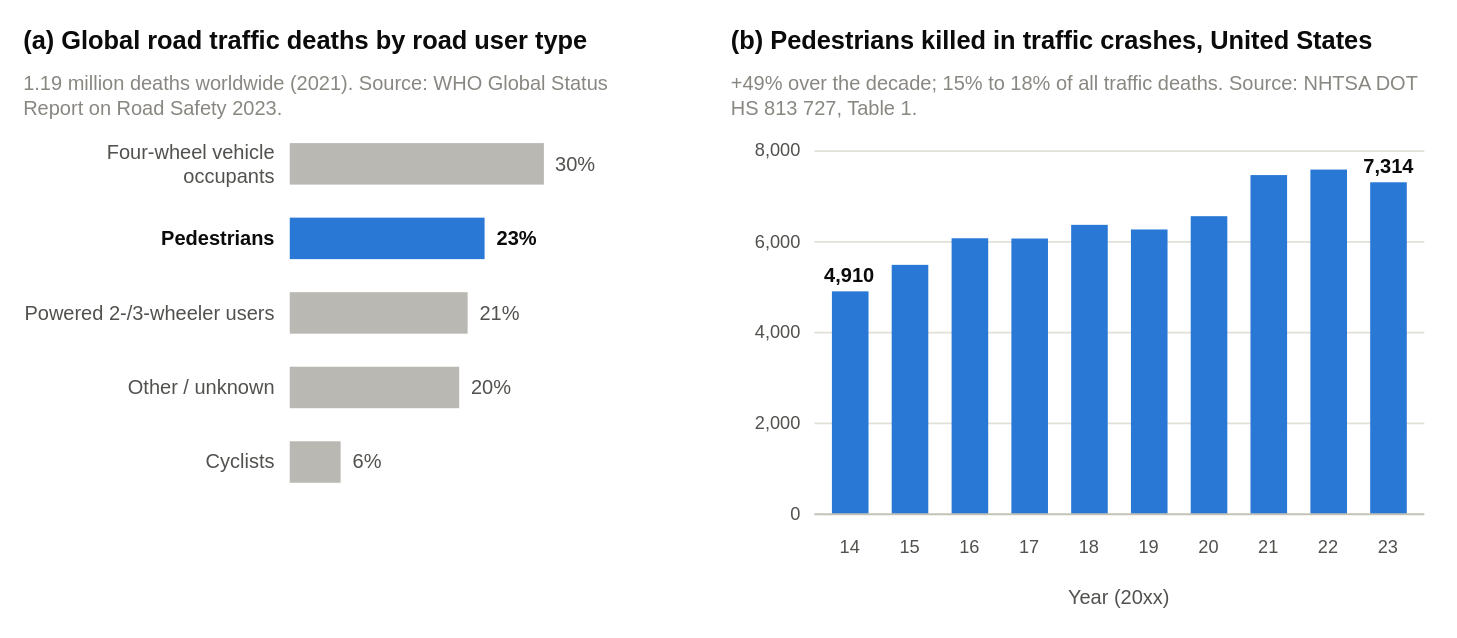
Earlier version of the draw.io diagram paper_and_artifacts/Journal_writing/drawio/fig1_pedestrian_statistics.drawio (arifshekhk8/pedestrian-crossing-intention-pie). Source tidied: cells renumbered, new cells numbered last; positions are measured from the earlier drawing's top-left corner, leaving out a move shared by most shapes. Both pictures are drawn from the tidied source at 122%, with x=0, y=0 at pixel (21, 21).
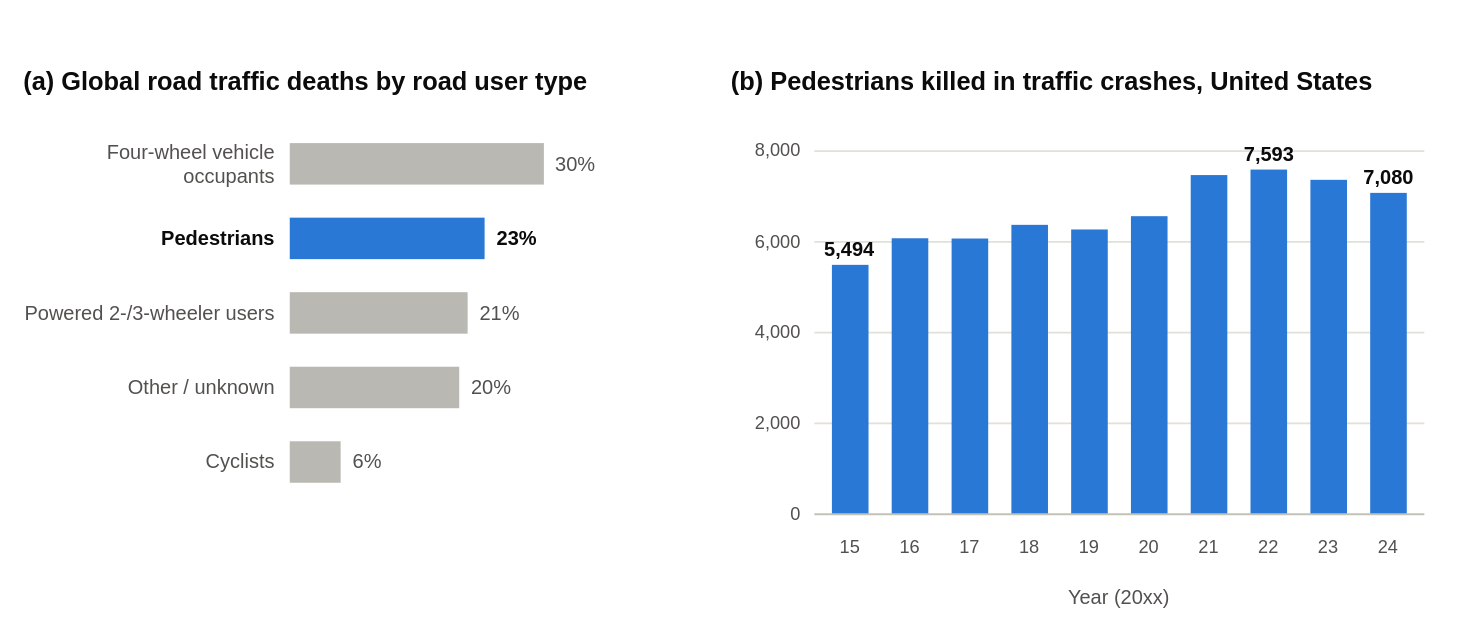
After the change.

Commit message (it also covers changes not shown here):
Regenerate the draw.io figures for statistics, protocol, leakage, curves and forest plot

The edit, as a diff of the source:
```diff
@@
     <mxCell id="2" value="(a)  Global road traffic deaths by road user type" style="text;html=1;whiteSpace=wrap;fillColor=none;strokeColor=none;fontSize=20.8;fontColor=#0b0b0b;fontStyle=1;align=left;verticalAlign=middle;" parent="1" vertex="1">
-      <mxGeometry width="520" height="32.7" as="geometry" />
+      <mxGeometry y="34" width="520" height="32.7" as="geometry" />
     </mxCell>
-    <mxCell id="3" value="1.19 million deaths worldwide (2021). Source: WHO Global Status Report on Road Safety 2023." style="text;html=1;whiteSpace=wrap;fillColor=none;strokeColor=none;fontSize=16.4;fontColor=#898781;fontStyle=0;align=left;verticalAlign=middle;" parent="1" vertex="1">
-      <mxGeometry y="35.7" width="520" height="50.5" as="geometry" />
-    </mxCell>
@@
     <mxCell id="19" value="(b)  Pedestrians killed in traffic crashes, United States" style="text;html=1;whiteSpace=wrap;fillColor=none;strokeColor=none;fontSize=20.8;fontColor=#0b0b0b;fontStyle=1;align=left;verticalAlign=middle;" parent="1" vertex="1">
-      <mxGeometry x="580" width="580" height="32.7" as="geometry" />
+      <mxGeometry x="580" y="34" width="580" height="32.7" as="geometry" />
     </mxCell>
-    <mxCell id="20" value="+49% over the decade; 15% to 18% of all traffic deaths. Source: NHTSA DOT HS 813 727, Table 1." style="text;html=1;whiteSpace=wrap;fillColor=none;strokeColor=none;fontSize=16.4;fontColor=#898781;fontStyle=0;align=left;verticalAlign=middle;" parent="1" vertex="1">
-      <mxGeometry x="580" y="35.7" width="580" height="50.5" as="geometry" />
-    </mxCell>
@@
     <mxCell id="30" style="rounded=0;whiteSpace=wrap;html=1;fillColor=#2a78d6;strokeColor=none;strokeWidth=1.49;dashed=0;fontSize=16.4;fontColor=#0b0b0b;fontStyle=0;align=center;verticalAlign=middle;shadow=0;" parent="1" vertex="1">
-      <mxGeometry x="664.4" y="221.3" width="30" height="182.7" as="geometry" />
+      <mxGeometry x="664.4" y="199.6" width="30" height="204.4" as="geometry" />
     </mxCell>
     <mxCell id="31" style="rounded=0;whiteSpace=wrap;html=1;fillColor=#2a78d6;strokeColor=none;strokeWidth=1.49;dashed=0;fontSize=16.4;fontColor=#0b0b0b;fontStyle=0;align=center;verticalAlign=middle;shadow=0;" parent="1" vertex="1">
-      <mxGeometry x="713.4" y="199.6" width="30" height="204.4" as="geometry" />
+      <mxGeometry x="713.4" y="177.8" width="30" height="226.2" as="geometry" />
     </mxCell>
     <mxCell id="32" style="rounded=0;whiteSpace=wrap;html=1;fillColor=#2a78d6;strokeColor=none;strokeWidth=1.49;dashed=0;fontSize=16.4;fontColor=#0b0b0b;fontStyle=0;align=center;verticalAlign=middle;shadow=0;" parent="1" vertex="1">
-      <mxGeometry x="762.5" y="177.8" width="30" height="226.2" as="geometry" />
+      <mxGeometry x="762.5" y="178" width="30" height="226" as="geometry" />
     </mxCell>
     <mxCell id="33" style="rounded=0;whiteSpace=wrap;html=1;fillColor=#2a78d6;strokeColor=none;strokeWidth=1.49;dashed=0;fontSize=16.4;fontColor=#0b0b0b;fontStyle=0;align=center;verticalAlign=middle;shadow=0;" parent="1" vertex="1">
-      <mxGeometry x="811.5" y="178" width="30" height="226" as="geometry" />
+      <mxGeometry x="811.5" y="166.8" width="30" height="237.2" as="geometry" />
     </mxCell>
     <mxCell id="34" style="rounded=0;whiteSpace=wrap;html=1;fillColor=#2a78d6;strokeColor=none;strokeWidth=1.49;dashed=0;fontSize=16.4;fontColor=#0b0b0b;fontStyle=0;align=center;verticalAlign=middle;shadow=0;" parent="1" vertex="1">
-      <mxGeometry x="860.5" y="166.8" width="30" height="237.2" as="geometry" />
+      <mxGeometry x="860.5" y="170.6" width="30" height="233.4" as="geometry" />
     </mxCell>
     <mxCell id="35" style="rounded=0;whiteSpace=wrap;html=1;fillColor=#2a78d6;strokeColor=none;strokeWidth=1.49;dashed=0;fontSize=16.4;fontColor=#0b0b0b;fontStyle=0;align=center;verticalAlign=middle;shadow=0;" parent="1" vertex="1">
-      <mxGeometry x="909.5" y="170.6" width="30" height="233.4" as="geometry" />
+      <mxGeometry x="909.5" y="159.7" width="30" height="244.3" as="geometry" />
     </mxCell>
     <mxCell id="36" style="rounded=0;whiteSpace=wrap;html=1;fillColor=#2a78d6;strokeColor=none;strokeWidth=1.49;dashed=0;fontSize=16.4;fontColor=#0b0b0b;fontStyle=0;align=center;verticalAlign=middle;shadow=0;" parent="1" vertex="1">
-      <mxGeometry x="958.5" y="159.7" width="30" height="244.3" as="geometry" />
+      <mxGeometry x="958.5" y="126" width="30" height="278" as="geometry" />
     </mxCell>
     <mxCell id="37" style="rounded=0;whiteSpace=wrap;html=1;fillColor=#2a78d6;strokeColor=none;strokeWidth=1.49;dashed=0;fontSize=16.4;fontColor=#0b0b0b;fontStyle=0;align=center;verticalAlign=middle;shadow=0;" parent="1" vertex="1">
-      <mxGeometry x="1007.5" y="126" width="30" height="278" as="geometry" />
+      <mxGeometry x="1007.5" y="121.5" width="30" height="282.5" as="geometry" />
     </mxCell>
     <mxCell id="38" style="rounded=0;whiteSpace=wrap;html=1;fillColor=#2a78d6;strokeColor=none;strokeWidth=1.49;dashed=0;fontSize=16.4;fontColor=#0b0b0b;fontStyle=0;align=center;verticalAlign=middle;shadow=0;" parent="1" vertex="1">
-      <mxGeometry x="1056.6" y="121.5" width="30" height="282.5" as="geometry" />
+      <mxGeometry x="1056.6" y="129.9" width="30" height="274.1" as="geometry" />
     </mxCell>
     <mxCell id="39" style="rounded=0;whiteSpace=wrap;html=1;fillColor=#2a78d6;strokeColor=none;strokeWidth=1.49;dashed=0;fontSize=16.4;fontColor=#0b0b0b;fontStyle=0;align=center;verticalAlign=middle;shadow=0;" parent="1" vertex="1">
-      <mxGeometry x="1105.6" y="131.9" width="30" height="272.1" as="geometry" />
+      <mxGeometry x="1105.6" y="140.6" width="30" height="263.4" as="geometry" />
     </mxCell>
-    <mxCell id="40" value="14" style="text;html=1;whiteSpace=wrap;fillColor=none;strokeColor=none;fontSize=14.9;fontColor=#52514e;fontStyle=0;align=center;verticalAlign=middle;" parent="1" vertex="1">
+    <mxCell id="40" value="15" style="text;html=1;whiteSpace=wrap;fillColor=none;strokeColor=none;fontSize=14.9;fontColor=#52514e;fontStyle=0;align=center;verticalAlign=middle;" parent="1" vertex="1">
       <mxGeometry x="654.1" y="412.9" width="50.5" height="35.7" as="geometry" />
     </mxCell>
-    <mxCell id="41" value="15" style="text;html=1;whiteSpace=wrap;fillColor=none;strokeColor=none;fontSize=14.9;fontColor=#52514e;fontStyle=0;align=center;verticalAlign=middle;" parent="1" vertex="1">
+    <mxCell id="41" value="16" style="text;html=1;whiteSpace=wrap;fillColor=none;strokeColor=none;fontSize=14.9;fontColor=#52514e;fontStyle=0;align=center;verticalAlign=middle;" parent="1" vertex="1">
       <mxGeometry x="703.2" y="412.9" width="50.5" height="35.7" as="geometry" />
     </mxCell>
-    <mxCell id="42" value="16" style="text;html=1;whiteSpace=wrap;fillColor=none;strokeColor=none;fontSize=14.9;fontColor=#52514e;fontStyle=0;align=center;verticalAlign=middle;" parent="1" vertex="1">
+    <mxCell id="42" value="17" style="text;html=1;whiteSpace=wrap;fillColor=none;strokeColor=none;fontSize=14.9;fontColor=#52514e;fontStyle=0;align=center;verticalAlign=middle;" parent="1" vertex="1">
       <mxGeometry x="752.2" y="412.9" width="50.5" height="35.7" as="geometry" />
     </mxCell>
-    <mxCell id="43" value="17" style="text;html=1;whiteSpace=wrap;fillColor=none;strokeColor=none;fontSize=14.9;fontColor=#52514e;fontStyle=0;align=center;verticalAlign=middle;" parent="1" vertex="1">
+    <mxCell id="43" value="18" style="text;html=1;whiteSpace=wrap;fillColor=none;strokeColor=none;fontSize=14.9;fontColor=#52514e;fontStyle=0;align=center;verticalAlign=middle;" parent="1" vertex="1">
       <mxGeometry x="801.2" y="412.9" width="50.5" height="35.7" as="geometry" />
     </mxCell>
-    <mxCell id="44" value="18" style="text;html=1;whiteSpace=wrap;fillColor=none;strokeColor=none;fontSize=14.9;fontColor=#52514e;fontStyle=0;align=center;verticalAlign=middle;" parent="1" vertex="1">
+    <mxCell id="44" value="19" style="text;html=1;whiteSpace=wrap;fillColor=none;strokeColor=none;fontSize=14.9;fontColor=#52514e;fontStyle=0;align=center;verticalAlign=middle;" parent="1" vertex="1">
       <mxGeometry x="850.2" y="412.9" width="50.5" height="35.7" as="geometry" />
     </mxCell>
-    <mxCell id="45" value="19" style="text;html=1;whiteSpace=wrap;fillColor=none;strokeColor=none;fontSize=14.9;fontColor=#52514e;fontStyle=0;align=center;verticalAlign=middle;" parent="1" vertex="1">
+    <mxCell id="45" value="20" style="text;html=1;whiteSpace=wrap;fillColor=none;strokeColor=none;fontSize=14.9;fontColor=#52514e;fontStyle=0;align=center;verticalAlign=middle;" parent="1" vertex="1">
       <mxGeometry x="899.2" y="412.9" width="50.5" height="35.7" as="geometry" />
     </mxCell>
-    <mxCell id="46" value="20" style="text;html=1;whiteSpace=wrap;fillColor=none;strokeColor=none;fontSize=14.9;fontColor=#52514e;fontStyle=0;align=center;verticalAlign=middle;" parent="1" vertex="1">
+    <mxCell id="46" value="21" style="text;html=1;whiteSpace=wrap;fillColor=none;strokeColor=none;fontSize=14.9;fontColor=#52514e;fontStyle=0;align=center;verticalAlign=middle;" parent="1" vertex="1">
       <mxGeometry x="948.3" y="412.9" width="50.5" height="35.7" as="geometry" />
     </mxCell>
-    <mxCell id="47" value="21" style="text;html=1;whiteSpace=wrap;fillColor=none;strokeColor=none;fontSize=14.9;fontColor=#52514e;fontStyle=0;align=center;verticalAlign=middle;" parent="1" vertex="1">
+    <mxCell id="47" value="22" style="text;html=1;whiteSpace=wrap;fillColor=none;strokeColor=none;fontSize=14.9;fontColor=#52514e;fontStyle=0;align=center;verticalAlign=middle;" parent="1" vertex="1">
       <mxGeometry x="997.3" y="412.9" width="50.5" height="35.7" as="geometry" />
     </mxCell>
-    <mxCell id="48" value="22" style="text;html=1;whiteSpace=wrap;fillColor=none;strokeColor=none;fontSize=14.9;fontColor=#52514e;fontStyle=0;align=center;verticalAlign=middle;" parent="1" vertex="1">
+    <mxCell id="48" value="23" style="text;html=1;whiteSpace=wrap;fillColor=none;strokeColor=none;fontSize=14.9;fontColor=#52514e;fontStyle=0;align=center;verticalAlign=middle;" parent="1" vertex="1">
       <mxGeometry x="1046.3" y="412.9" width="50.5" height="35.7" as="geometry" />
     </mxCell>
-    <mxCell id="49" value="23" style="text;html=1;whiteSpace=wrap;fillColor=none;strokeColor=none;fontSize=14.9;fontColor=#52514e;fontStyle=0;align=center;verticalAlign=middle;" parent="1" vertex="1">
+    <mxCell id="49" value="24" style="text;html=1;whiteSpace=wrap;fillColor=none;strokeColor=none;fontSize=14.9;fontColor=#52514e;fontStyle=0;align=center;verticalAlign=middle;" parent="1" vertex="1">
       <mxGeometry x="1095.3" y="412.9" width="50.5" height="35.7" as="geometry" />
     </mxCell>
@@
-    <mxCell id="51" value="4,910" style="text;html=1;whiteSpace=wrap;fillColor=none;strokeColor=none;fontSize=16.4;fontColor=#0b0b0b;fontStyle=1;align=center;verticalAlign=middle;" parent="1" vertex="1">
-      <mxGeometry x="649.4" y="199.3" width="60" height="18" as="geometry" />
+    <mxCell id="51" value="5,494" style="text;html=1;whiteSpace=wrap;fillColor=none;strokeColor=none;fontSize=16.4;fontColor=#0b0b0b;fontStyle=1;align=center;verticalAlign=middle;" parent="1" vertex="1">
+      <mxGeometry x="649.4" y="177.6" width="60" height="18" as="geometry" />
     </mxCell>
-    <mxCell id="52" value="7,314" style="text;html=1;whiteSpace=wrap;fillColor=none;strokeColor=none;fontSize=16.4;fontColor=#0b0b0b;fontStyle=1;align=center;verticalAlign=middle;" parent="1" vertex="1">
-      <mxGeometry x="1090.6" y="109.9" width="60" height="18" as="geometry" />
+    <mxCell id="52" value="7,593" style="text;html=1;whiteSpace=wrap;fillColor=none;strokeColor=none;fontSize=16.4;fontColor=#0b0b0b;fontStyle=1;align=center;verticalAlign=middle;" parent="1" vertex="1">
+      <mxGeometry x="992.5" y="99.5" width="60" height="18" as="geometry" />
     </mxCell>
-    <mxCell id="53" value="Year (20xx)" style="text;html=1;whiteSpace=wrap;fillColor=none;strokeColor=none;fontSize=16.4;fontColor=#52514e;fontStyle=0;align=center;verticalAlign=middle;" parent="1" vertex="1">
-      <mxGeometry x="650" y="455.6" width="500" height="32.7" as="geometry" />
+    <mxCell id="53" value="7,080" style="text;html=1;whiteSpace=wrap;fillColor=none;strokeColor=none;fontSize=16.4;fontColor=#0b0b0b;fontStyle=1;align=center;verticalAlign=middle;" parent="1" vertex="1">
+      <mxGeometry x="1090.6" y="118.6" width="60" height="18" as="geometry" />
     </mxCell>
+    <mxCell id="54" value="Year (20xx)" style="text;html=1;whiteSpace=wrap;fillColor=none;strokeColor=none;fontSize=16.4;fontColor=#52514e;fontStyle=0;align=center;verticalAlign=middle;" parent="1" vertex="1">
+      <mxGeometry x="650" y="455.6" width="500" height="32.7" as="geometry" />
+    </mxCell>
```
